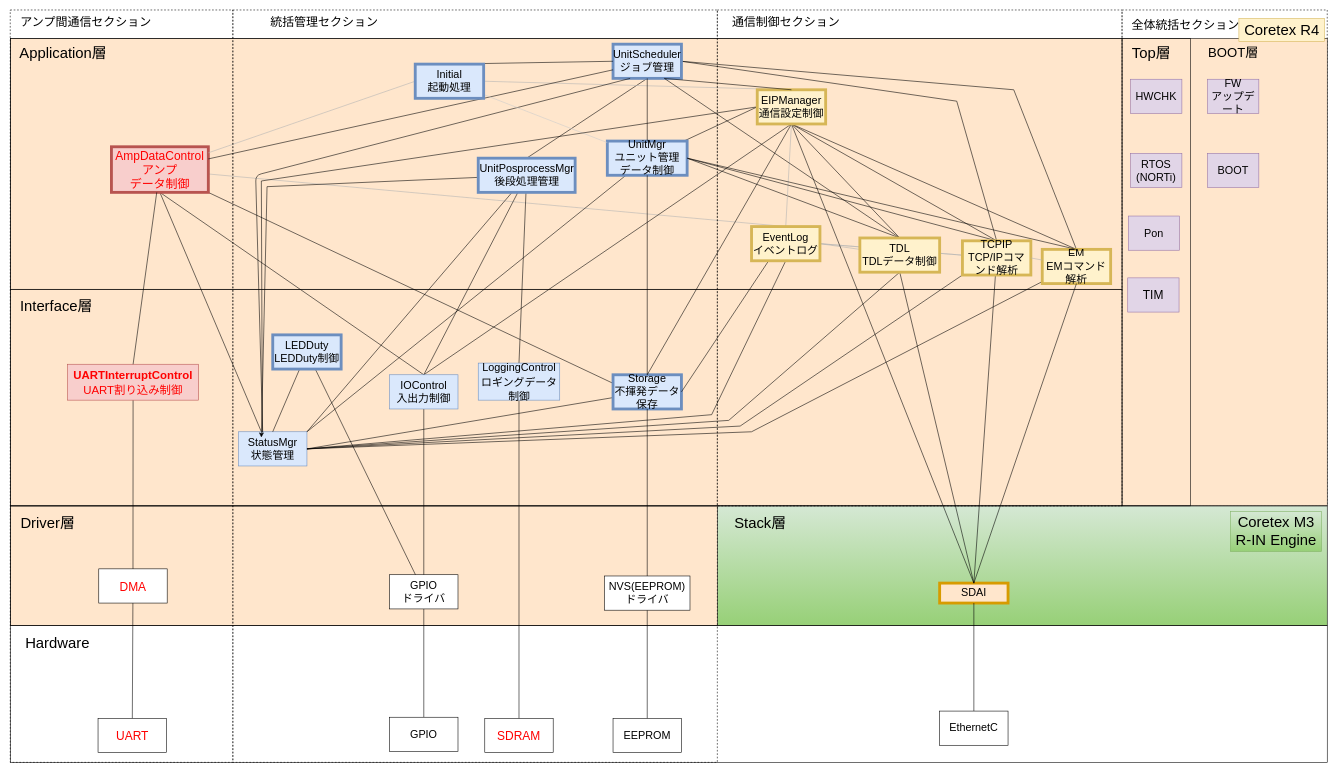
Earlier version of the draw.io diagram page "RevG_NewスマNWU静的構造_完全版" (1 of 4) of NWユニット_アーキテクチャ図.drawio (YutaSuzukiGARI/nwunit). Source tidied: cells renumbered, new cells numbered last; positions are measured from the earlier drawing's top-left corner, leaving out a move shared by most shapes. Both pictures are drawn from the tidied source at 57%, with x=0, y=0 at pixel (10, 10).
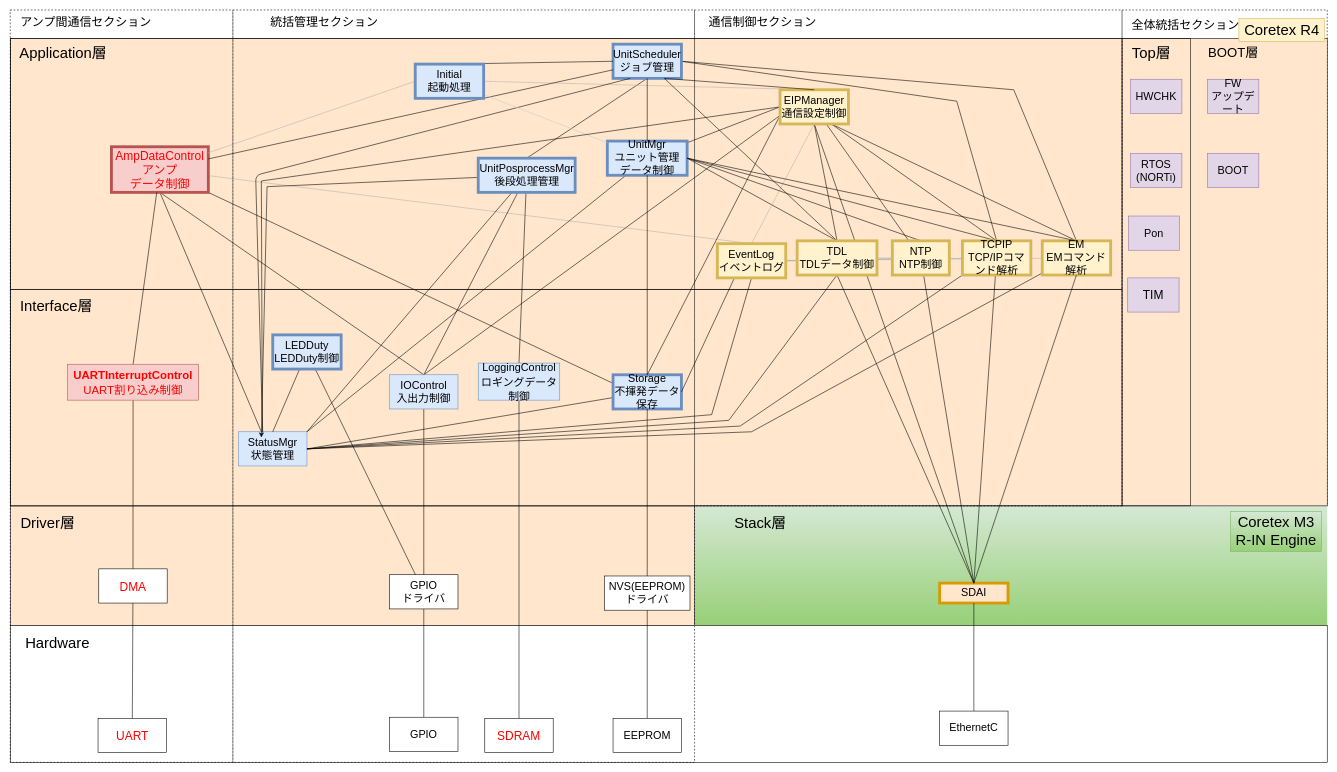
After the change.

The change refers to these unchanged cells:
```xml
<mxCell id="21" value="UnitMgr&lt;br style=&quot;font-size: 19px&quot;&gt;ユニット管理&lt;br&gt;データ制御" style="rounded=0;whiteSpace=wrap;html=1;fillColor=#dae8fc;strokeColor=#6c8ebf;fontSize=19;strokeWidth=5;fontColor=default;" parent="1" vertex="1">
  <mxGeometry x="1047" y="230" width="140" height="60" as="geometry" />
</mxCell>
<mxCell id="29" value="SDAI" style="rounded=0;whiteSpace=wrap;html=1;fillColor=#ffe6cc;strokeColor=#d79b00;fontSize=19;fontColor=default;strokeWidth=5;" parent="1" vertex="1">
  <mxGeometry x="1630" y="1005.5" width="120" height="35" as="geometry" />
</mxCell>
<mxCell id="31" value="Storage&lt;br style=&quot;font-size: 19px&quot;&gt;不揮発データ保存" style="rounded=0;whiteSpace=wrap;html=1;fillColor=#dae8fc;strokeColor=#6c8ebf;fontSize=19;strokeWidth=5;fontColor=default;" parent="1" vertex="1">
  <mxGeometry x="1057" y="640" width="120" height="60" as="geometry" />
</mxCell>
<mxCell id="106" value="&lt;font style=&quot;font-size: 19px;&quot;&gt;TCPIP&lt;br style=&quot;font-size: 19px;&quot;&gt;TCP/IPコマンド解析&lt;/font&gt;" style="rounded=0;whiteSpace=wrap;html=1;fillColor=#fff2cc;strokeColor=#d6b656;fontSize=19;strokeWidth=5;fontColor=default;" parent="1" vertex="1">
  <mxGeometry x="1670" y="405" width="120" height="60" as="geometry" />
</mxCell>
<mxCell id="112" value="IOControl&lt;br style=&quot;font-size: 19px&quot;&gt;入出力制御" style="rounded=0;whiteSpace=wrap;html=1;fillColor=#dae8fc;strokeColor=#6c8ebf;fontSize=19;fontColor=default;" parent="1" vertex="1">
  <mxGeometry x="665" y="640" width="120" height="60" as="geometry" />
</mxCell>
```

Change to the diagram source:
```diff
@@
+    <mxCell id="118" style="edgeStyle=none;rounded=0;jettySize=auto;html=1;endArrow=none;endFill=0;" parent="1" edge="1" source="3" target="109">
+      <mxGeometry relative="1" as="geometry" />
+    </mxCell>
     <mxCell id="3" style="rounded=0;whiteSpace=wrap;html=1;fillColor=#d5e8d4;fontSize=19;strokeColor=none;gradientColor=#97d077;fontColor=default;" parent="1" vertex="1">
-      <mxGeometry x="1240" y="870" width="1070" height="210" as="geometry" />
+      <mxGeometry x="1200" y="870" width="1110" height="210" as="geometry" />
     </mxCell>
@@
     <mxCell id="5" style="rounded=0;whiteSpace=wrap;html=1;fillColor=#ffe6cc;fontSize=19;strokeColor=default;fontColor=default;" parent="1" vertex="1">
-      <mxGeometry y="870" width="1240" height="210" as="geometry" />
+      <mxGeometry y="870" width="1200" height="210" as="geometry" />
     </mxCell>
@@
-    <mxCell id="10" style="rounded=0;whiteSpace=wrap;html=1;fillColor=none;fontSize=19;strokeColor=default;fontColor=default;" parent="1" vertex="1">
-      <mxGeometry y="870" width="2310" height="210" as="geometry" />
-    </mxCell>
@@
-    <mxCell id="26" style="edgeStyle=none;rounded=0;jettySize=auto;html=1;entryX=0.5;entryY=1;entryDx=0;entryDy=0;labelBackgroundColor=default;fontSize=13;fontColor=default;endArrow=none;endFill=0;strokeColor=default;exitX=0.5;exitY=0;exitDx=0;exitDy=0;" parent="1" edge="1" source="28" target="97">
+    <mxCell id="26" style="edgeStyle=none;rounded=0;jettySize=auto;html=1;entryX=0.75;entryY=1;entryDx=0;entryDy=0;labelBackgroundColor=default;fontSize=13;fontColor=default;endArrow=none;endFill=0;strokeColor=default;exitX=0.5;exitY=0;exitDx=0;exitDy=0;" parent="1" edge="1" source="28" target="97">
       <mxGeometry relative="1" as="geometry" />
     </mxCell>
@@
+    <mxCell id="119" style="edgeStyle=none;rounded=0;jettySize=auto;html=1;endArrow=none;endFill=0;strokeColor=#B3B3B3;" parent="1" edge="1" source="28" target="84">
+      <mxGeometry relative="1" as="geometry" />
+    </mxCell>
     <mxCell id="28" value="EM&lt;br style=&quot;font-size: 19px;&quot;&gt;EMコマンド解析" style="rounded=0;whiteSpace=wrap;html=1;fillColor=#fff2cc;strokeColor=#d6b656;fontSize=19;strokeWidth=5;fontColor=default;" parent="1" vertex="1">
-      <mxGeometry x="1810" y="420" width="120" height="60" as="geometry" />
+      <mxGeometry x="1810" y="405" width="120" height="60" as="geometry" />
     </mxCell>
@@
-    <mxCell id="36" style="edgeStyle=none;rounded=0;jettySize=auto;html=1;entryX=1;entryY=0.5;entryDx=0;entryDy=0;endArrow=none;endFill=0;strokeColor=#B3B3B3;" parent="1" edge="1" source="100" target="84">
+    <mxCell id="36" style="edgeStyle=none;rounded=0;jettySize=auto;html=1;entryX=1;entryY=0.5;entryDx=0;entryDy=0;endArrow=none;endFill=0;strokeColor=#B3B3B3;startArrow=none;" parent="1" edge="1" source="124" target="84">
       <mxGeometry relative="1" as="geometry" />
     </mxCell>
@@
-    <mxCell id="68" style="rounded=0;jettySize=auto;html=1;entryX=0.5;entryY=1;entryDx=0;entryDy=0;strokeColor=#000000;fontSize=26;endArrow=none;endFill=0;exitX=0.5;exitY=0;exitDx=0;exitDy=0;labelBackgroundColor=default;fontColor=default;" parent="1" edge="1" source="106" target="97">
+    <mxCell id="68" style="rounded=0;jettySize=auto;html=1;entryX=0.75;entryY=1;entryDx=0;entryDy=0;strokeColor=#000000;fontSize=26;endArrow=none;endFill=0;exitX=0.5;exitY=0;exitDx=0;exitDy=0;labelBackgroundColor=default;fontColor=default;" parent="1" edge="1" source="106" target="97">
       <mxGeometry relative="1" as="geometry" />
     </mxCell>
@@
-    <mxCell id="79" style="endArrow=none;html=1;endFill=0;fontColor=#FF0000;fontSize=19;entryX=0.5;entryY=0;entryDx=0;entryDy=0;exitX=0.5;exitY=1;exitDx=0;exitDy=0;" parent="1" edge="1" source="97" target="31">
+    <mxCell id="79" style="endArrow=none;html=1;endFill=0;fontColor=#FF0000;fontSize=19;entryX=0.5;entryY=0;entryDx=0;entryDy=0;exitX=0;exitY=0.75;exitDx=0;exitDy=0;" parent="1" edge="1" source="97" target="31">
       <mxGeometry x="0.47" y="-5" relative="1" as="geometry" />
     </mxCell>
@@
     <mxCell id="84" value="EventLog&lt;br&gt;イベントログ" style="rounded=0;whiteSpace=wrap;html=1;fillColor=#fff2cc;strokeColor=#d6b656;fontSize=19;strokeWidth=5;fontColor=default;" parent="1" vertex="1">
-      <mxGeometry x="1300" y="380" width="120" height="60" as="geometry" />
+      <mxGeometry x="1240" y="410" width="120" height="60" as="geometry" />
     </mxCell>
@@
-    <mxCell id="93" style="edgeStyle=none;rounded=0;jettySize=auto;html=1;entryX=0.5;entryY=0;entryDx=0;entryDy=0;labelBackgroundColor=default;fontSize=13;fontColor=default;endArrow=none;endFill=0;strokeColor=default;exitX=0.5;exitY=1;exitDx=0;exitDy=0;" parent="1" edge="1" source="97" target="112">
+    <mxCell id="93" style="edgeStyle=none;rounded=0;jettySize=auto;html=1;entryX=0.5;entryY=0;entryDx=0;entryDy=0;labelBackgroundColor=default;fontSize=13;fontColor=default;endArrow=none;endFill=0;strokeColor=default;exitX=0;exitY=0.75;exitDx=0;exitDy=0;" parent="1" edge="1" source="97" target="112">
       <mxGeometry relative="1" as="geometry" />
     </mxCell>
@@
+    <mxCell id="120" style="edgeStyle=none;rounded=0;jettySize=auto;html=1;endArrow=none;endFill=0;" parent="1" edge="1" source="97" target="124">
+      <mxGeometry relative="1" as="geometry" />
+    </mxCell>
     <mxCell id="97" value="EIPManager&lt;br style=&quot;font-size: 19px;&quot;&gt;通信設定制御" style="rounded=0;whiteSpace=wrap;html=1;fillColor=#fff2cc;strokeColor=#d6b656;fontSize=19;strokeWidth=5;fontColor=default;" parent="1" vertex="1">
-      <mxGeometry x="1310" y="140" width="120" height="60" as="geometry" />
+      <mxGeometry x="1350" y="140" width="120" height="60" as="geometry" />
     </mxCell>
@@
     <mxCell id="100" value="TDL&lt;br style=&quot;font-size: 19px;&quot;&gt;TDLデータ制御" style="rounded=0;whiteSpace=wrap;html=1;fillColor=#fff2cc;strokeColor=#d6b656;fontSize=19;strokeWidth=5;fontColor=default;" parent="1" vertex="1">
-      <mxGeometry x="1490" y="400" width="140" height="60" as="geometry" />
+      <mxGeometry x="1380" y="405" width="140" height="60" as="geometry" />
     </mxCell>
@@
     <mxCell id="103" value="&lt;font style=&quot;font-size: 21px&quot;&gt;通信制御セクション&lt;/font&gt;" style="text;html=1;align=center;verticalAlign=middle;strokeColor=none;fillColor=none;fontColor=default;" parent="1" vertex="1">
-      <mxGeometry x="1260" y="10" width="200" height="20" as="geometry" />
+      <mxGeometry x="1219" y="10" width="200" height="20" as="geometry" />
     </mxCell>
@@
-    <mxCell id="107" style="edgeStyle=none;rounded=0;jettySize=auto;html=1;entryX=1;entryY=0.5;entryDx=0;entryDy=0;endArrow=none;endFill=0;strokeColor=#B3B3B3;" parent="1" edge="1" source="28" target="106">
-      <mxGeometry relative="1" as="geometry" />
-    </mxCell>
     <mxCell id="108" style="rounded=0;whiteSpace=wrap;html=1;fillColor=none;dashed=1;strokeColor=default;fontColor=default;" parent="1" vertex="1">
-      <mxGeometry x="1240" width="710" height="870" as="geometry" />
+      <mxGeometry x="1200" width="750" height="870" as="geometry" />
     </mxCell>
     <mxCell id="109" style="rounded=0;whiteSpace=wrap;html=1;fillColor=none;dashed=1;strokeColor=default;fontColor=default;" parent="1" vertex="1">
-      <mxGeometry x="390" width="850" height="1320" as="geometry" />
+      <mxGeometry x="390" width="810" height="1320" as="geometry" />
     </mxCell>
@@
+    <mxCell id="121" style="edgeStyle=none;rounded=0;jettySize=auto;html=1;entryX=0.5;entryY=0;entryDx=0;entryDy=0;endArrow=none;endFill=0;" parent="1" edge="1" source="124" target="29">
+      <mxGeometry relative="1" as="geometry" />
+    </mxCell>
+    <mxCell id="122" style="edgeStyle=none;rounded=0;jettySize=auto;html=1;entryX=1;entryY=0.5;entryDx=0;entryDy=0;endArrow=none;endFill=0;strokeColor=#B3B3B3;" parent="1" edge="1" source="100" target="124">
+      <mxGeometry relative="1" as="geometry" />
+    </mxCell>
+    <mxCell id="123" style="edgeStyle=none;rounded=0;jettySize=auto;html=1;entryX=1;entryY=0.5;entryDx=0;entryDy=0;endArrow=none;endFill=0;strokeColor=#000000;exitX=0.5;exitY=0;exitDx=0;exitDy=0;" parent="1" edge="1" source="124" target="21">
+      <mxGeometry relative="1" as="geometry" />
+    </mxCell>
+    <mxCell id="124" value="NTP&lt;br&gt;NTP制御" style="rounded=0;whiteSpace=wrap;html=1;fillColor=#fff2cc;strokeColor=#d6b656;fontSize=19;strokeWidth=5;fontColor=default;" parent="1" vertex="1">
+      <mxGeometry x="1547" y="405" width="100" height="60" as="geometry" />
+    </mxCell>
```
